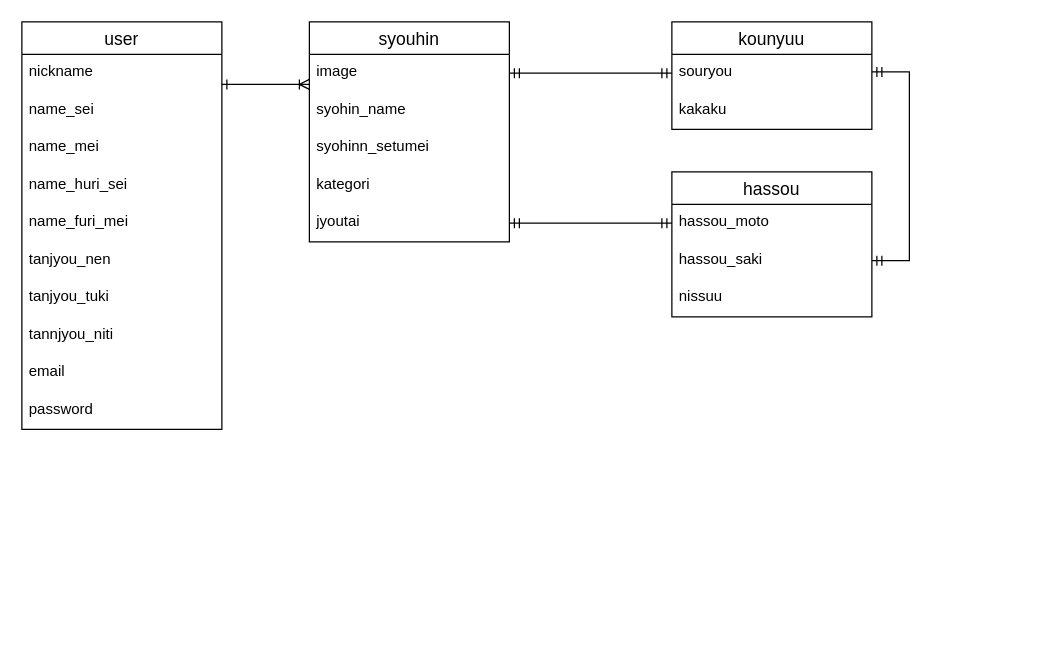
The draw.io diagram DB-ER.dio in nao-ogawara0445/furima-34540, before the edit. Source tidied: cells renumbered, new cells numbered last; positions are measured from the earlier drawing's top-left corner, leaving out a move shared by most shapes. Both pictures are drawn from the tidied source at 125%, with x=0, y=0 at pixel (21, 21).
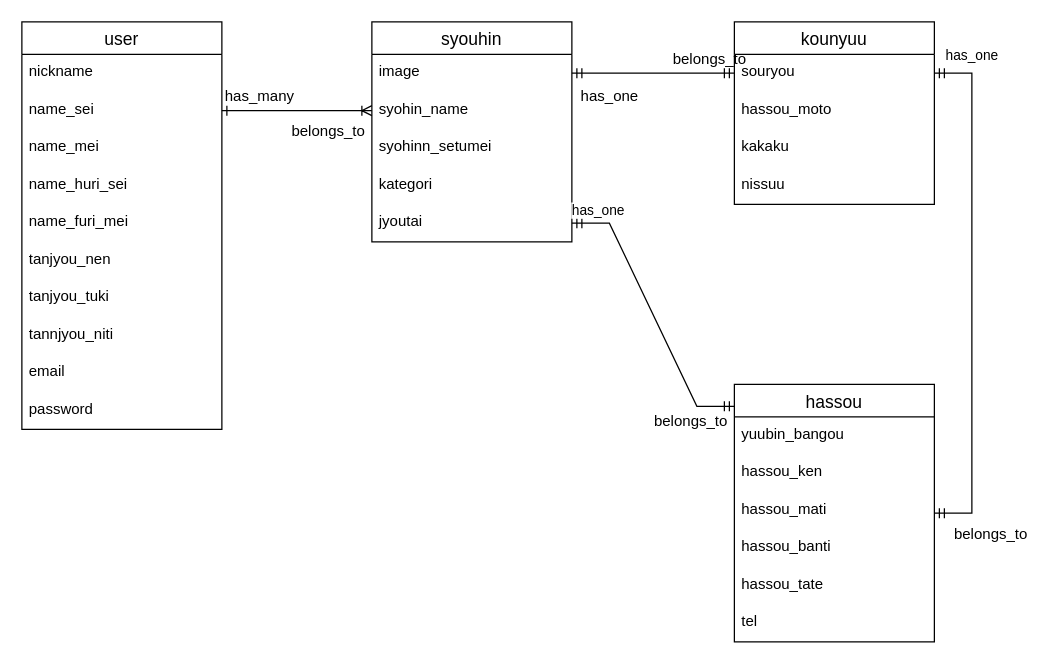
Above is the later version.

Commit message (it also covers changes not shown here):
DB設計in ER図

Unchanged cells that the change refers to:
```xml
<mxCell id="4" value="name_sei" style="text;strokeColor=none;fillColor=none;spacingLeft=4;spacingRight=4;overflow=hidden;points=[[0,0.5],[1,0.5]];portConstraint=eastwest;fontSize=12;" parent="2" vertex="1">
  <mxGeometry y="56" width="160" height="30" as="geometry" />
</mxCell>
<mxCell id="14" value="image" style="text;strokeColor=none;fillColor=none;spacingLeft=4;spacingRight=4;overflow=hidden;points=[[0,0.5],[1,0.5]];portConstraint=eastwest;fontSize=12;" parent="13" vertex="1">
  <mxGeometry y="26" width="160" height="30" as="geometry" />
</mxCell>
<mxCell id="15" value="syohin_name" style="text;strokeColor=none;fillColor=none;spacingLeft=4;spacingRight=4;overflow=hidden;points=[[0,0.5],[1,0.5]];portConstraint=eastwest;fontSize=12;" parent="13" vertex="1">
  <mxGeometry y="56" width="160" height="30" as="geometry" />
</mxCell>
<mxCell id="18" value="jyoutai" style="text;strokeColor=none;fillColor=none;spacingLeft=4;spacingRight=4;overflow=hidden;points=[[0,0.5],[1,0.5]];portConstraint=eastwest;fontSize=12;" parent="13" vertex="1">
  <mxGeometry y="146" width="160" height="30" as="geometry" />
</mxCell>
<mxCell id="20" value="souryou" style="text;strokeColor=none;fillColor=none;spacingLeft=4;spacingRight=4;overflow=hidden;points=[[0,0.5],[1,0.5]];portConstraint=eastwest;fontSize=12;" parent="19" vertex="1">
  <mxGeometry y="26" width="160" height="30" as="geometry" />
</mxCell>
```

What changed in the source:
```diff
@@
     <mxCell id="13" value="syouhin" style="swimlane;fontStyle=0;horizontal=1;startSize=26;align=center;fontSize=14;" parent="1" vertex="1">
-      <mxGeometry x="230" width="160" height="176" as="geometry" />
+      <mxGeometry x="280" width="160" height="176" as="geometry" />
     </mxCell>
@@
     <mxCell id="19" value="kounyuu" style="swimlane;fontStyle=0;horizontal=1;startSize=26;align=center;fontSize=14;" parent="1" vertex="1">
-      <mxGeometry x="520" width="160" height="86" as="geometry" />
+      <mxGeometry x="570" width="160" height="146" as="geometry" />
     </mxCell>
@@
+    <mxCell id="23" value="hassou_moto" style="text;strokeColor=none;fillColor=none;spacingLeft=4;spacingRight=4;overflow=hidden;points=[[0,0.5],[1,0.5]];portConstraint=eastwest;fontSize=12;fontStyle=0;" parent="19" vertex="1">
+      <mxGeometry y="56" width="160" height="30" as="geometry" />
+    </mxCell>
     <mxCell id="21" value="kakaku" style="text;strokeColor=none;fillColor=none;spacingLeft=4;spacingRight=4;overflow=hidden;fontSize=12;" parent="19" vertex="1">
-      <mxGeometry y="56" width="160" height="30" as="geometry" />
+      <mxGeometry y="86" width="160" height="30" as="geometry" />
     </mxCell>
+    <mxCell id="25" value="nissuu" style="text;strokeColor=none;fillColor=none;spacingLeft=4;spacingRight=4;overflow=hidden;fontSize=12;" parent="19" vertex="1">
+      <mxGeometry y="116" width="160" height="30" as="geometry" />
+    </mxCell>
     <mxCell id="22" value="hassou" style="swimlane;fontStyle=0;horizontal=1;startSize=26;align=center;fontSize=14;" parent="1" vertex="1">
-      <mxGeometry x="520" y="120" width="160" height="116" as="geometry" />
+      <mxGeometry x="570" y="290" width="160" height="206" as="geometry" />
     </mxCell>
-    <mxCell id="23" value="hassou_moto" style="text;strokeColor=none;fillColor=none;spacingLeft=4;spacingRight=4;overflow=hidden;points=[[0,0.5],[1,0.5]];portConstraint=eastwest;fontSize=12;" parent="22" vertex="1">
-      <mxGeometry y="26" width="160" height="30" as="geometry" />
-    </mxCell>
+    <mxCell id="30" value="yuubin_bangou" style="text;strokeColor=none;fillColor=none;spacingLeft=4;spacingRight=4;overflow=hidden;fontSize=12;" parent="22" vertex="1">
+      <mxGeometry y="26" width="160" height="30" as="geometry" />
+    </mxCell>
+    <mxCell id="31" value="hassou_ken" style="text;strokeColor=none;fillColor=none;spacingLeft=4;spacingRight=4;overflow=hidden;fontSize=12;" parent="22" vertex="1">
+      <mxGeometry y="56" width="160" height="30" as="geometry" />
+    </mxCell>
+    <mxCell id="32" value="hassou_mati" style="text;strokeColor=none;fillColor=none;spacingLeft=4;spacingRight=4;overflow=hidden;fontSize=12;" parent="22" vertex="1">
+      <mxGeometry y="86" width="160" height="30" as="geometry" />
+    </mxCell>
-    <mxCell id="24" value="hassou_saki" style="text;strokeColor=none;fillColor=none;spacingLeft=4;spacingRight=4;overflow=hidden;points=[[0,0.5],[1,0.5]];portConstraint=eastwest;fontSize=12;" parent="22" vertex="1">
-      <mxGeometry y="56" width="160" height="30" as="geometry" />
+    <mxCell id="24" value="hassou_banti" style="text;strokeColor=none;fillColor=none;spacingLeft=4;spacingRight=4;overflow=hidden;points=[[0,0.5],[1,0.5]];portConstraint=eastwest;fontSize=12;" parent="22" vertex="1">
+      <mxGeometry y="116" width="160" height="30" as="geometry" />
     </mxCell>
-    <mxCell id="25" value="nissuu" style="text;strokeColor=none;fillColor=none;spacingLeft=4;spacingRight=4;overflow=hidden;fontSize=12;" parent="22" vertex="1">
-      <mxGeometry y="86" width="160" height="30" as="geometry" />
-    </mxCell>
+    <mxCell id="33" value="hassou_tate" style="text;strokeColor=none;fillColor=none;spacingLeft=4;spacingRight=4;overflow=hidden;fontSize=12;" parent="22" vertex="1">
+      <mxGeometry y="146" width="160" height="30" as="geometry" />
+    </mxCell>
+    <mxCell id="34" value="tel" style="text;strokeColor=none;fillColor=none;spacingLeft=4;spacingRight=4;overflow=hidden;fontSize=12;" parent="22" vertex="1">
+      <mxGeometry y="176" width="160" height="30" as="geometry" />
+    </mxCell>
-    <mxCell id="26" style="edgeStyle=entityRelationEdgeStyle;fontSize=12;html=1;endArrow=ERoneToMany;strokeWidth=1;startArrow=ERone;startFill=0;" parent="1" edge="1">
-      <mxGeometry relative="1" as="geometry">
-        <mxPoint x="160" y="50" as="sourcePoint" />
-        <mxPoint x="230" y="50" as="targetPoint" />
-      </mxGeometry>
+    <mxCell id="26" style="edgeStyle=entityRelationEdgeStyle;fontSize=12;html=1;endArrow=ERoneToMany;strokeWidth=1;startArrow=ERone;startFill=0;rounded=0;exitX=1;exitY=0.5;exitDx=0;exitDy=0;entryX=0;entryY=0.5;entryDx=0;entryDy=0;" parent="1" edge="1" source="4" target="15">
+      <mxGeometry relative="1" as="geometry" />
     </mxCell>
-    <mxCell id="27" style="edgeStyle=entityRelationEdgeStyle;fontSize=12;html=1;endArrow=ERmandOne;startArrow=ERmandOne;strokeWidth=1;entryX=0;entryY=0.5;entryDx=0;entryDy=0;exitX=1;exitY=0.5;exitDx=0;exitDy=0;" parent="1" edge="1" source="14" target="20">
+    <mxCell id="27" style="edgeStyle=entityRelationEdgeStyle;fontSize=12;html=1;endArrow=ERmandOne;startArrow=ERmandOne;strokeWidth=1;entryX=0;entryY=0.5;entryDx=0;entryDy=0;exitX=1;exitY=0.5;exitDx=0;exitDy=0;rounded=0;" parent="1" edge="1" source="14" target="20">
       <mxGeometry relative="1" as="geometry" />
     </mxCell>
-    <mxCell id="28" style="edgeStyle=entityRelationEdgeStyle;fontSize=12;html=1;endArrow=ERmandOne;startArrow=ERmandOne;strokeWidth=1;rounded=0;" parent="1" edge="1" target="24">
-      <mxGeometry relative="1" as="geometry">
-        <mxPoint x="680" y="40" as="sourcePoint" />
-      </mxGeometry>
+    <mxCell id="28" style="edgeStyle=entityRelationEdgeStyle;fontSize=12;html=1;endArrow=ERmandOne;startArrow=ERmandOne;strokeWidth=1;exitX=1;exitY=0.5;exitDx=0;exitDy=0;rounded=0;" parent="1" edge="1" source="20" target="22">
+      <mxGeometry relative="1" as="geometry" />
     </mxCell>
+    <mxCell id="35" value="has_one" style="edgeLabel;html=1;align=center;verticalAlign=middle;" parent="28" vertex="1">
+      <mxGeometry x="-0.92" y="-2" relative="1" as="geometry">
+        <mxPoint x="13" y="-17" as="offset" />
+      </mxGeometry>
+    </mxCell>
-    <mxCell id="29" style="edgeStyle=entityRelationEdgeStyle;fontSize=12;html=1;endArrow=ERmandOne;startArrow=ERmandOne;strokeWidth=1;entryX=0;entryY=0.5;entryDx=0;entryDy=0;exitX=1;exitY=0.5;exitDx=0;exitDy=0;" parent="1" edge="1" source="18" target="23">
+    <mxCell id="29" style="edgeStyle=entityRelationEdgeStyle;fontSize=12;html=1;endArrow=ERmandOne;startArrow=ERmandOne;strokeWidth=1;entryX=0;entryY=0.085;entryDx=0;entryDy=0;exitX=1;exitY=0.5;exitDx=0;exitDy=0;rounded=0;entryPerimeter=0;" parent="1" edge="1" source="18" target="22">
       <mxGeometry relative="1" as="geometry" />
     </mxCell>
+    <mxCell id="36" value="has_one" style="edgeLabel;html=1;align=center;verticalAlign=middle;" parent="29" vertex="1">
+      <mxGeometry x="-0.82" y="3" relative="1" as="geometry">
+        <mxPoint y="-8" as="offset" />
+      </mxGeometry>
+    </mxCell>
+    <mxCell id="37" value="has_many" style="text;html=1;align=center;verticalAlign=middle;" parent="1" vertex="1">
+      <mxGeometry x="155" y="50" width="70" height="20" as="geometry" />
+    </mxCell>
+    <mxCell id="38" value="has_one" style="text;html=1;align=center;verticalAlign=middle;" parent="1" vertex="1">
+      <mxGeometry x="440" y="50" width="60" height="20" as="geometry" />
+    </mxCell>
+    <mxCell id="39" value="belongs_to" style="text;html=1;align=center;verticalAlign=middle;" parent="1" vertex="1">
+      <mxGeometry x="515" y="20" width="70" height="20" as="geometry" />
+    </mxCell>
+    <mxCell id="40" value="belongs_to" style="text;html=1;align=center;verticalAlign=middle;" parent="1" vertex="1">
+      <mxGeometry x="500" y="310" width="70" height="20" as="geometry" />
+    </mxCell>
+    <mxCell id="41" value="belongs_to" style="text;html=1;align=center;verticalAlign=middle;" parent="1" vertex="1">
+      <mxGeometry x="740" y="400" width="70" height="20" as="geometry" />
+    </mxCell>
+    <mxCell id="42" value="belongs_to" style="text;html=1;align=center;verticalAlign=middle;" parent="1" vertex="1">
+      <mxGeometry x="210" y="78" width="70" height="20" as="geometry" />
+    </mxCell>
```
